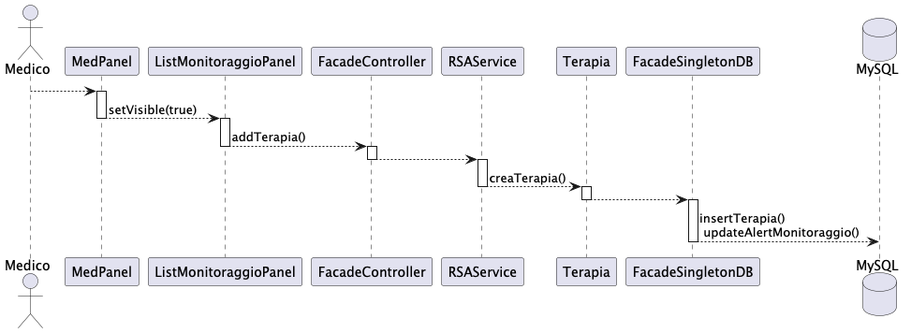
Earlier version of the PlantUML export docs/Diagrammi di sequenza/DiagrammaSequenzaTerapiaAlert.png (CareConnect-Pro/Progetto-Java).
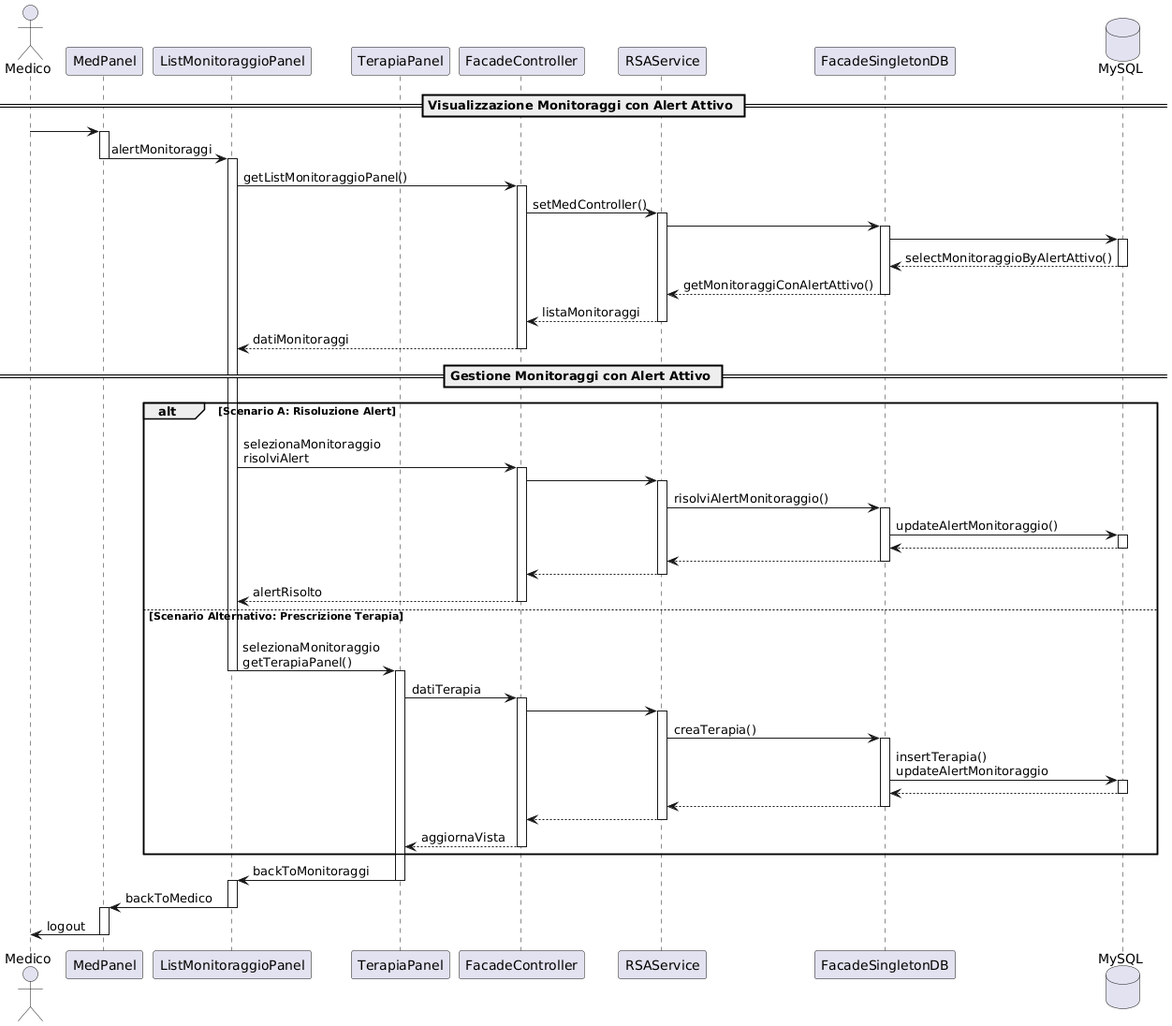
Later version of the same file.

The edit, as a diff of the source:
```diff
@@ -1,35 +1,85 @@
 @startuml
 actor Medico
-participant MedPanel
-participant ListMonitoraggioPanel
-participant FacadeController
-participant RSAService
-participant Terapia
-participant FacadeSingletonDB
-database MySQL
+participant "MedPanel" as MP
+participant "ListMonitoraggioPanel" as LMP
+participant "TerapiaPanel" as TP
+participant "FacadeController" as FC
+participant "RSAService" as RSA
+participant "FacadeSingletonDB" as FS
+database "MySQL" as DB
 
-Medico --> MedPanel
-activate MedPanel
-MedPanel --> ListMonitoraggioPanel : setVisible(true)
-deactivate MedPanel
-activate ListMonitoraggioPanel
-ListMonitoraggioPanel --> FacadeController : addTerapia()
-deactivate ListMonitoraggioPanel
-activate FacadeController
-FacadeController --> RSAService
-deactivate FacadeController
-activate RSAService
-RSAService --> Terapia : creaTerapia()
-deactivate RSAService
-activate Terapia
-Terapia --> FacadeSingletonDB
-deactivate Terapia
-activate FacadeSingletonDB
-FacadeSingletonDB --> MySQL : insertTerapia()\n updateAlertMonitoraggio()
-deactivate FacadeSingletonDB
+== Visualizzazione Monitoraggi con Alert Attivo ==
+Medico -> MP
+activate MP
+MP -> LMP : alertMonitoraggi
+deactivate MP
+activate LMP
+LMP -> FC : getListMonitoraggioPanel()
+activate FC
+FC -> RSA : setMedController()
+activate RSA
+RSA -> FS
+activate FS
+FS -> DB
+activate DB
+DB --> FS : selectMonitoraggioByAlertAttivo()
+deactivate DB
+FS --> RSA : getMonitoraggiConAlertAttivo()
+deactivate FS
+RSA --> FC : listaMonitoraggi
+deactivate RSA
+FC --> LMP : datiMonitoraggi
+deactivate FC
 
+== Gestione Monitoraggi con Alert Attivo ==
 
+alt Scenario A: Risoluzione Alert
+    LMP -> FC : \nselezionaMonitoraggio\nrisolviAlert
+    activate FC
+    FC -> RSA
+    activate RSA
+    RSA -> FS : risolviAlertMonitoraggio()
+    activate FS
+    FS -> DB : updateAlertMonitoraggio()
+    activate DB
+    DB --> FS
+    deactivate DB
+    FS --> RSA
+    deactivate FS
+    RSA --> FC
+    deactivate RSA
+    FC --> LMP : alertRisolto
+    deactivate FC
 
+else Scenario Alternativo: Prescrizione Terapia
+    LMP -> TP : \n selezionaMonitoraggio\n getTerapiaPanel()
+    deactivate LMP
+    activate TP
+    TP -> FC : datiTerapia
+    activate FC
+    FC -> RSA
+    activate RSA
+    RSA -> FS : creaTerapia()
+    activate FS
+    FS -> DB :  insertTerapia()\nupdateAlertMonitoraggio
+    activate DB
+    DB --> FS
+    deactivate DB
+    FS --> RSA
+    deactivate FS
+    RSA --> FC
+    deactivate RSA
+    FC --> TP : aggiornaVista
+    deactivate FC
 
+end
 
+TP -> LMP : backToMonitoraggi
+deactivate TP
+activate LMP
+LMP -> MP : backToMedico
+deactivate LMP
+activate MP
+MP -> Medico : logout
+deactivate MP
 @enduml
```
